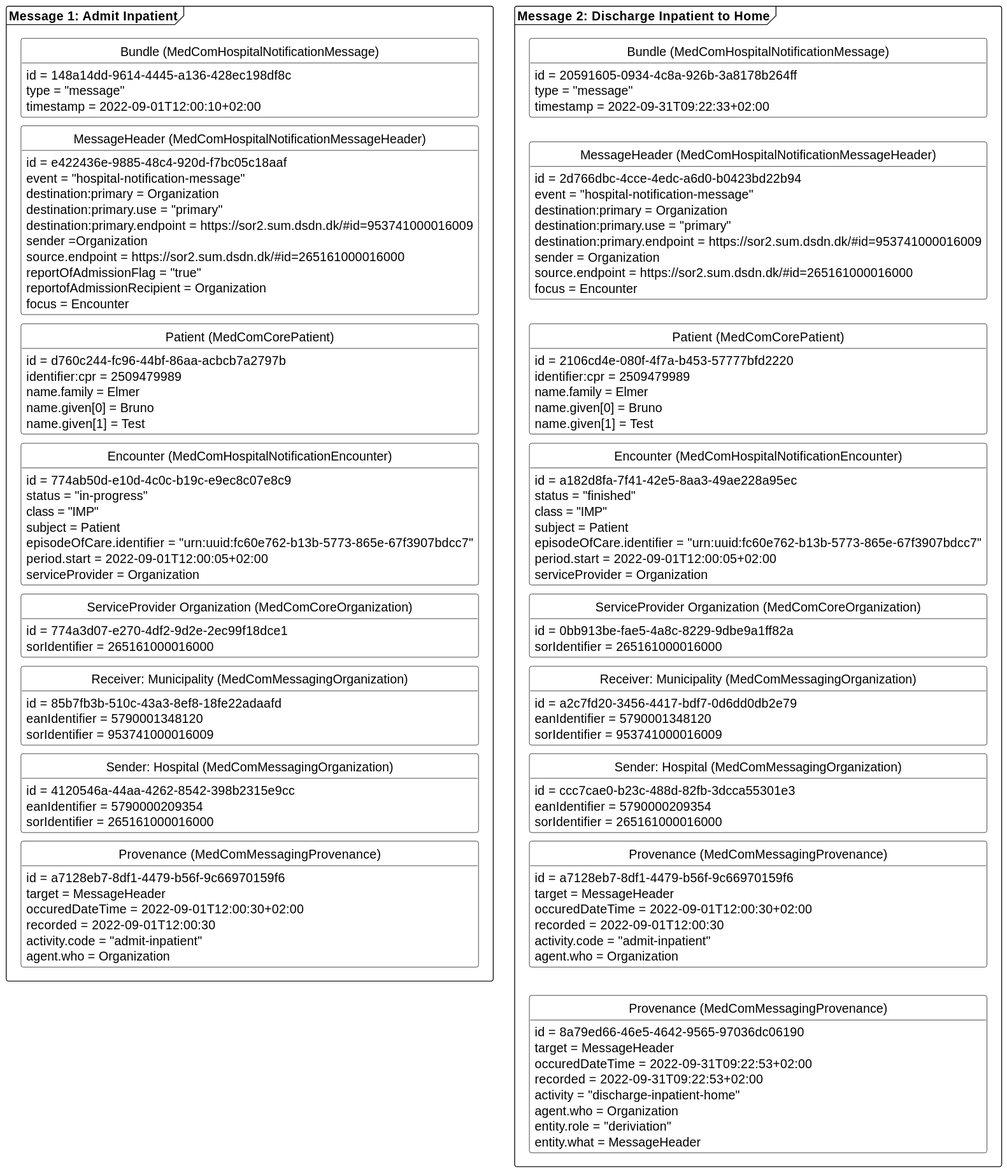
Before: docs/assets/images/HNAdmitFinish.svg, a diagram exported from PlantUML (medcomdk/dk-medcom-hospitalnotification).
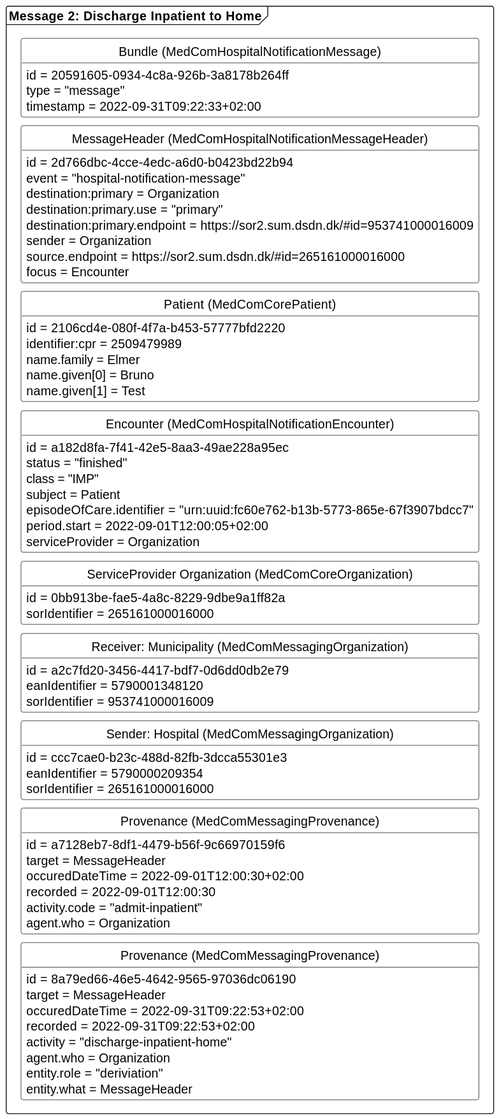
The same file after the commit.

Diff of the diagram source:
```diff
@@ -11,72 +11,6 @@
 skinparam Ranksep 10
 
 
-
-package "Message 1: Admit Inpatient" as admit <<Frame>>{
-    class "Bundle (MedComHospitalNotificationMessage)" as admitB{
-        id = 148a14dd-9614-4445-a136-428ec198df8c
-        type = "message"
-        timestamp = 2022-09-01T12:00:10+02:00
-    }
-    class "MessageHeader (MedComHospitalNotificationMessageHeader)" as admitMH{
-        id = e422436e-9885-48c4-920d-f7bc05c18aaf
-        event = "hospital-notification-message"
-        destination:primary = Organization
-        destination:primary.use = "primary"
-        destination:primary.endpoint = https://sor2.sum.dsdn.dk/#id=953741000016009
-        sender =Organization
-        source.endpoint = https://sor2.sum.dsdn.dk/#id=265161000016000
-        reportOfAdmissionFlag = "true"
-        reportofAdmissionRecipient = Organization
-        focus = Encounter
-    }
-    class "Patient (MedComCorePatient)" as admitPT{
-        id = d760c244-fc96-44bf-86aa-acbcb7a2797b
-        identifier:cpr = 2509479989
-        name.family = Elmer
-        name.given[0] = Bruno
-        name.given[1] = Test
-    }
-    class "Encounter (MedComHospitalNotificationEncounter)" as admitENC{
-        id = 774ab50d-e10d-4c0c-b19c-e9ec8c07e8c9
-        status = "in-progress"
-        class = "IMP"
-        subject = Patient
-        episodeOfCare.identifier = "urn:uuid:fc60e762-b13b-5773-865e-67f3907bdcc7"
-        period.start = 2022-09-01T12:00:05+02:00
-        serviceProvider = Organization
-    }
-    class "ServiceProvider Organization (MedComCoreOrganization)" as admitSPOrg{
-        id = 774a3d07-e270-4df2-9d2e-2ec99f18dce1
-        sorIdentifier = 265161000016000
-    }
-    class "Receiver: Municipality (MedComMessagingOrganization)" as admitROrg{
-        id = 85b7fb3b-510c-43a3-8ef8-18fe22adaafd
-        eanIdentifier = 5790001348120
-        sorIdentifier = 953741000016009
-    }
-    class "Sender: Hospital (MedComMessagingOrganization)" as admitSOrg{
-        id = 4120546a-44aa-4262-8542-398b2315e9cc
-        eanIdentifier = 5790000209354
-        sorIdentifier = 265161000016000
-    }
-    class "Provenance  (MedComMessagingProvenance)" as admitPRO{
-        id = a7128eb7-8df1-4479-b56f-9c66970159f6
-        target = MessageHeader
-        occuredDateTime = 2022-09-01T12:00:30+02:00
-        recorded = 2022-09-01T12:00:30
-        activity.code = "admit-inpatient"
-        agent.who = Organization
-    }
-
-admitB -[hidden]- admitMH
-admitMH-[hidden]-admitPT
-admitPT-[hidden]-admitENC
-admitENC-[hidden]-admitSPOrg
-admitSPOrg-[hidden]-admitROrg
-admitROrg-[hidden]-admitSOrg
-admitSOrg-[hidden]-admitPRO
-}
 
 package "Message 2: Discharge Inpatient to Home" as finished <<Frame>>{
     class "Bundle  (MedComHospitalNotificationMessage)" as finishedB{
```
